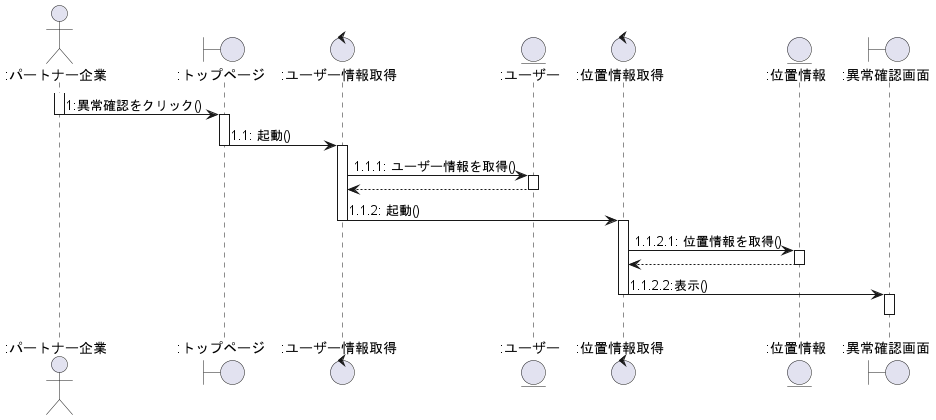
Above: out/client_sequence/異常確認.png in ksw2270227/GroupF (PlantUML), before the change.
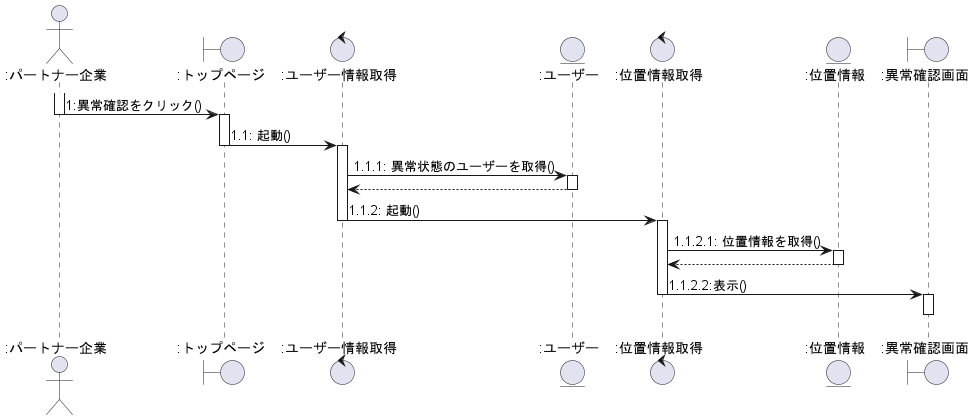
The same file after the commit.

Diff of the diagram source:
```diff
@@ -21,7 +21,7 @@
 
 
 activate c
-c -> e :1.1.1: ユーザー情報を取得()
+c -> e :1.1.1: 異常状態のユーザーを取得()
 activate e
 e --> c
 deactivate e
```
